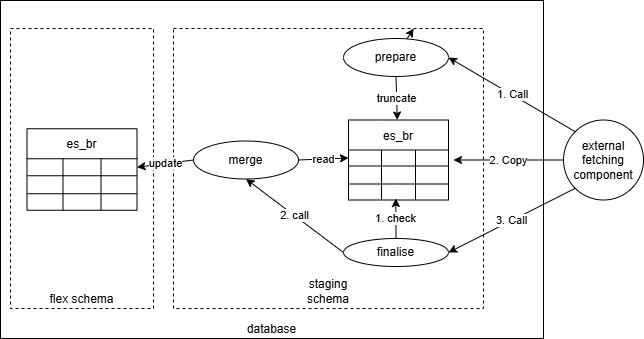
Before: docs/diagrams/structure_data_es_br.drawio.png, a diagram exported from draw.io (elhub/flex-information-system). Source tidied: cells renumbered, new cells last; positions are measured from the earlier drawing's top-left corner, leaving out a move shared by most shapes. Its diagram source:
```xml
<mxGraphModel>
  <root>
    <mxCell id="0" />
    <mxCell id="1" parent="0" />
    <mxCell id="2" value="database" style="rounded=0;whiteSpace=wrap;html=1;verticalAlign=bottom;" parent="1" vertex="1">
      <mxGeometry width="543" height="338" as="geometry" />
    </mxCell>
    <mxCell id="3" value="flex schema" style="rounded=0;whiteSpace=wrap;html=1;verticalAlign=bottom;dashed=1;" parent="1" vertex="1">
      <mxGeometry x="10" y="28" width="143" height="280" as="geometry" />
    </mxCell>
    <mxCell id="4" value="staging&lt;div&gt;schema&lt;/div&gt;" style="rounded=0;whiteSpace=wrap;html=1;verticalAlign=bottom;strokeColor=default;dashed=1;" parent="1" vertex="1">
      <mxGeometry x="173" y="28" width="310" height="280" as="geometry" />
    </mxCell>
    <mxCell id="5" value="es_br" style="shape=table;startSize=30;strokeColor=default;fontSize=12;" parent="1" vertex="1">
      <mxGeometry x="26.5" y="128.2" width="110" height="81.5" as="geometry" />
    </mxCell>
    <mxCell id="6" style="shape=tableRow;horizontal=0;startSize=0;swimlaneHead=0;swimlaneBody=0;strokeColor=inherit;top=0;left=0;bottom=0;right=0;fillColor=none;points=[[0,0.5],[1,0.5]];portConstraint=eastwest;fontSize=16;" parent="5" vertex="1">
      <mxGeometry y="30" width="110" height="17" as="geometry" />
    </mxCell>
    <mxCell id="7" style="shape=partialRectangle;html=1;whiteSpace=wrap;strokeColor=inherit;overflow=hidden;fillColor=none;top=0;left=0;bottom=0;right=0;fontSize=16;" parent="6" vertex="1">
      <mxGeometry width="36" height="17" as="geometry" />
    </mxCell>
    <mxCell id="8" style="shape=partialRectangle;html=1;whiteSpace=wrap;strokeColor=inherit;overflow=hidden;fillColor=none;top=0;left=0;bottom=0;right=0;fontSize=16;" parent="6" vertex="1">
      <mxGeometry x="36" width="38" height="17" as="geometry" />
    </mxCell>
    <mxCell id="9" style="shape=partialRectangle;html=1;whiteSpace=wrap;strokeColor=inherit;overflow=hidden;fillColor=none;top=0;left=0;bottom=0;right=0;fontSize=16;" parent="6" vertex="1">
      <mxGeometry x="74" width="36" height="17" as="geometry" />
    </mxCell>
    <mxCell id="10" style="shape=tableRow;horizontal=0;startSize=0;swimlaneHead=0;swimlaneBody=0;strokeColor=inherit;top=0;left=0;bottom=0;right=0;fillColor=none;fontSize=16;" parent="5" vertex="1">
      <mxGeometry y="47" width="110" height="18" as="geometry" />
    </mxCell>
    <mxCell id="11" style="shape=partialRectangle;html=1;whiteSpace=wrap;strokeColor=inherit;overflow=hidden;fillColor=none;top=0;left=0;bottom=0;right=0;fontSize=16;" parent="10" vertex="1">
      <mxGeometry width="36" height="18" as="geometry" />
    </mxCell>
    <mxCell id="12" style="shape=partialRectangle;html=1;whiteSpace=wrap;strokeColor=inherit;overflow=hidden;fillColor=none;top=0;left=0;bottom=0;right=0;fontSize=16;" parent="10" vertex="1">
      <mxGeometry x="36" width="38" height="18" as="geometry" />
    </mxCell>
    <mxCell id="13" style="shape=partialRectangle;html=1;whiteSpace=wrap;strokeColor=inherit;overflow=hidden;fillColor=none;top=0;left=0;bottom=0;right=0;fontSize=16;" parent="10" vertex="1">
      <mxGeometry x="74" width="36" height="18" as="geometry" />
    </mxCell>
    <mxCell id="14" style="shape=tableRow;horizontal=0;startSize=0;swimlaneHead=0;swimlaneBody=0;strokeColor=inherit;top=0;left=0;bottom=0;right=0;fillColor=none;fontSize=16;" parent="5" vertex="1">
      <mxGeometry y="65" width="110" height="17" as="geometry" />
    </mxCell>
    <mxCell id="15" style="shape=partialRectangle;html=1;whiteSpace=wrap;strokeColor=inherit;overflow=hidden;fillColor=none;top=0;left=0;bottom=0;right=0;fontSize=16;" parent="14" vertex="1">
      <mxGeometry width="36" height="17" as="geometry" />
    </mxCell>
    <mxCell id="16" style="shape=partialRectangle;html=1;whiteSpace=wrap;strokeColor=inherit;overflow=hidden;fillColor=none;top=0;left=0;bottom=0;right=0;fontSize=16;" parent="14" vertex="1">
      <mxGeometry x="36" width="38" height="17" as="geometry" />
    </mxCell>
    <mxCell id="17" style="shape=partialRectangle;html=1;whiteSpace=wrap;strokeColor=inherit;overflow=hidden;fillColor=none;top=0;left=0;bottom=0;right=0;fontSize=16;" parent="14" vertex="1">
      <mxGeometry x="74" width="36" height="17" as="geometry" />
    </mxCell>
    <mxCell id="18" value="2. Copy" style="edgeStyle=none;html=1;exitX=0;exitY=0.5;exitDx=0;exitDy=0;entryX=1;entryY=0.5;entryDx=0;entryDy=0;" parent="1" edge="1" source="21">
      <mxGeometry relative="1" as="geometry">
        <mxPoint x="453" y="159.5" as="targetPoint" />
      </mxGeometry>
    </mxCell>
    <mxCell id="19" value="1. Call" style="edgeStyle=none;html=1;exitX=0;exitY=0;exitDx=0;exitDy=0;entryX=1;entryY=0.5;entryDx=0;entryDy=0;" parent="1" edge="1" source="21" target="37">
      <mxGeometry relative="1" as="geometry" />
    </mxCell>
    <mxCell id="20" value="3. Call" style="edgeStyle=none;html=1;exitX=0;exitY=1;exitDx=0;exitDy=0;entryX=1;entryY=0.5;entryDx=0;entryDy=0;" parent="1" edge="1" source="21" target="39">
      <mxGeometry relative="1" as="geometry" />
    </mxCell>
    <mxCell id="21" value="external&lt;div&gt;fetching&lt;/div&gt;&lt;div&gt;component&lt;/div&gt;" style="ellipse;whiteSpace=wrap;html=1;" parent="1" vertex="1">
      <mxGeometry x="563" y="119.5" width="80" height="80" as="geometry" />
    </mxCell>
    <mxCell id="22" value="es_br" style="shape=table;startSize=30;strokeColor=default;fontSize=12;" parent="1" vertex="1">
      <mxGeometry x="348" y="119.5" width="100" height="80" as="geometry" />
    </mxCell>
    <mxCell id="23" style="shape=tableRow;horizontal=0;startSize=0;swimlaneHead=0;swimlaneBody=0;strokeColor=inherit;top=0;left=0;bottom=0;right=0;fillColor=none;points=[[0,0.5],[1,0.5]];portConstraint=eastwest;fontSize=16;" parent="22" vertex="1">
      <mxGeometry y="30" width="100" height="16" as="geometry" />
    </mxCell>
    <mxCell id="24" style="shape=partialRectangle;html=1;whiteSpace=wrap;strokeColor=inherit;overflow=hidden;fillColor=none;top=0;left=0;bottom=0;right=0;fontSize=16;" parent="23" vertex="1">
      <mxGeometry width="33" height="16" as="geometry" />
    </mxCell>
    <mxCell id="25" style="shape=partialRectangle;html=1;whiteSpace=wrap;strokeColor=inherit;overflow=hidden;fillColor=none;top=0;left=0;bottom=0;right=0;fontSize=16;" parent="23" vertex="1">
      <mxGeometry x="33" width="34" height="16" as="geometry" />
    </mxCell>
    <mxCell id="26" style="shape=partialRectangle;html=1;whiteSpace=wrap;strokeColor=inherit;overflow=hidden;fillColor=none;top=0;left=0;bottom=0;right=0;fontSize=16;" parent="23" vertex="1">
      <mxGeometry x="67" width="33" height="16" as="geometry" />
    </mxCell>
    <mxCell id="27" style="shape=tableRow;horizontal=0;startSize=0;swimlaneHead=0;swimlaneBody=0;strokeColor=inherit;top=0;left=0;bottom=0;right=0;fillColor=none;fontSize=16;" parent="22" vertex="1">
      <mxGeometry y="46" width="100" height="18" as="geometry" />
    </mxCell>
    <mxCell id="28" style="shape=partialRectangle;html=1;whiteSpace=wrap;strokeColor=inherit;overflow=hidden;fillColor=none;top=0;left=0;bottom=0;right=0;fontSize=16;" parent="27" vertex="1">
      <mxGeometry width="33" height="18" as="geometry" />
    </mxCell>
    <mxCell id="29" style="shape=partialRectangle;html=1;whiteSpace=wrap;strokeColor=inherit;overflow=hidden;fillColor=none;top=0;left=0;bottom=0;right=0;fontSize=16;" parent="27" vertex="1">
      <mxGeometry x="33" width="34" height="18" as="geometry" />
    </mxCell>
    <mxCell id="30" style="shape=partialRectangle;html=1;whiteSpace=wrap;strokeColor=inherit;overflow=hidden;fillColor=none;top=0;left=0;bottom=0;right=0;fontSize=16;" parent="27" vertex="1">
      <mxGeometry x="67" width="33" height="18" as="geometry" />
    </mxCell>
    <mxCell id="31" style="shape=tableRow;horizontal=0;startSize=0;swimlaneHead=0;swimlaneBody=0;strokeColor=inherit;top=0;left=0;bottom=0;right=0;fillColor=none;points=[[0,0.5],[1,0.5]];portConstraint=eastwest;fontSize=16;" parent="22" vertex="1">
      <mxGeometry y="64" width="100" height="16" as="geometry" />
    </mxCell>
    <mxCell id="32" style="shape=partialRectangle;html=1;whiteSpace=wrap;strokeColor=inherit;overflow=hidden;fillColor=none;top=0;left=0;bottom=0;right=0;fontSize=16;" parent="31" vertex="1">
      <mxGeometry width="33" height="16" as="geometry" />
    </mxCell>
    <mxCell id="33" style="shape=partialRectangle;html=1;whiteSpace=wrap;strokeColor=inherit;overflow=hidden;fillColor=none;top=0;left=0;bottom=0;right=0;fontSize=16;" parent="31" vertex="1">
      <mxGeometry x="33" width="34" height="16" as="geometry" />
    </mxCell>
    <mxCell id="34" style="shape=partialRectangle;html=1;whiteSpace=wrap;strokeColor=inherit;overflow=hidden;fillColor=none;top=0;left=0;bottom=0;right=0;fontSize=16;" parent="31" vertex="1">
      <mxGeometry x="67" width="33" height="16" as="geometry" />
    </mxCell>
    <mxCell id="35" style="edgeStyle=none;html=1;" parent="1" edge="1" source="37" target="4">
      <mxGeometry relative="1" as="geometry" />
    </mxCell>
    <mxCell id="36" value="truncate" style="edgeStyle=none;html=1;exitX=0.5;exitY=1;exitDx=0;exitDy=0;" parent="1" edge="1" source="37" target="22">
      <mxGeometry relative="1" as="geometry" />
    </mxCell>
    <mxCell id="37" value="prepare" style="ellipse;whiteSpace=wrap;html=1;" parent="1" vertex="1">
      <mxGeometry x="343" y="38" width="105" height="38" as="geometry" />
    </mxCell>
    <mxCell id="38" value="2. call" style="edgeStyle=none;html=1;exitX=0;exitY=0.5;exitDx=0;exitDy=0;entryX=0.5;entryY=1;entryDx=0;entryDy=0;" parent="1" edge="1" source="39" target="42">
      <mxGeometry relative="1" as="geometry" />
    </mxCell>
    <mxCell id="39" value="finalise" style="ellipse;whiteSpace=wrap;html=1;" parent="1" vertex="1">
      <mxGeometry x="343" y="238" width="105" height="28" as="geometry" />
    </mxCell>
    <mxCell id="40" value="read" style="edgeStyle=none;html=1;exitX=1;exitY=0.5;exitDx=0;exitDy=0;entryX=0;entryY=0.5;entryDx=0;entryDy=0;" parent="1" edge="1" source="42" target="23">
      <mxGeometry relative="1" as="geometry" />
    </mxCell>
    <mxCell id="41" value="update" style="edgeStyle=none;html=1;exitX=0;exitY=0.5;exitDx=0;exitDy=0;entryX=1;entryY=0.5;entryDx=0;entryDy=0;" parent="1" edge="1" source="42" target="6">
      <mxGeometry relative="1" as="geometry" />
    </mxCell>
    <mxCell id="42" value="merge" style="ellipse;whiteSpace=wrap;html=1;" parent="1" vertex="1">
      <mxGeometry x="193" y="140.5" width="105" height="38" as="geometry" />
    </mxCell>
    <mxCell id="43" value="1. check" style="edgeStyle=none;html=1;entryX=0.473;entryY=0.906;entryDx=0;entryDy=0;entryPerimeter=0;" parent="1" edge="1" source="39" target="31">
      <mxGeometry relative="1" as="geometry" />
    </mxCell>
  </root>
</mxGraphModel>
```
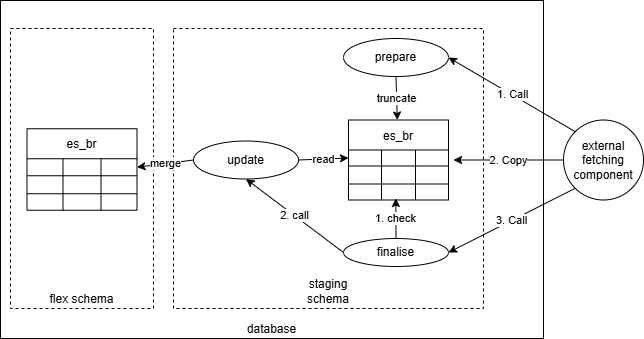
After the change.

The edit, as a diff of the source:
```diff
@@ -103,9 +103,6 @@
     <mxCell id="34" style="shape=partialRectangle;html=1;whiteSpace=wrap;strokeColor=inherit;overflow=hidden;fillColor=none;top=0;left=0;bottom=0;right=0;fontSize=16;" parent="31" vertex="1">
       <mxGeometry x="67" width="33" height="16" as="geometry" />
     </mxCell>
-    <mxCell id="35" style="edgeStyle=none;html=1;" parent="1" edge="1" source="37" target="4">
-      <mxGeometry relative="1" as="geometry" />
-    </mxCell>
     <mxCell id="36" value="truncate" style="edgeStyle=none;html=1;exitX=0.5;exitY=1;exitDx=0;exitDy=0;" parent="1" edge="1" source="37" target="22">
       <mxGeometry relative="1" as="geometry" />
     </mxCell>
@@ -121,10 +118,10 @@
     <mxCell id="40" value="read" style="edgeStyle=none;html=1;exitX=1;exitY=0.5;exitDx=0;exitDy=0;entryX=0;entryY=0.5;entryDx=0;entryDy=0;" parent="1" edge="1" source="42" target="23">
       <mxGeometry relative="1" as="geometry" />
     </mxCell>
-    <mxCell id="41" value="update" style="edgeStyle=none;html=1;exitX=0;exitY=0.5;exitDx=0;exitDy=0;entryX=1;entryY=0.5;entryDx=0;entryDy=0;" parent="1" edge="1" source="42" target="6">
+    <mxCell id="41" value="merge" style="edgeStyle=none;html=1;exitX=0;exitY=0.5;exitDx=0;exitDy=0;entryX=1;entryY=0.5;entryDx=0;entryDy=0;" parent="1" edge="1" source="42" target="6">
       <mxGeometry relative="1" as="geometry" />
     </mxCell>
-    <mxCell id="42" value="merge" style="ellipse;whiteSpace=wrap;html=1;" parent="1" vertex="1">
+    <mxCell id="42" value="update" style="ellipse;whiteSpace=wrap;html=1;" parent="1" vertex="1">
       <mxGeometry x="193" y="140.5" width="105" height="38" as="geometry" />
     </mxCell>
     <mxCell id="43" value="1. check" style="edgeStyle=none;html=1;entryX=0.473;entryY=0.906;entryDx=0;entryDy=0;entryPerimeter=0;" parent="1" edge="1" source="39" target="31">
```
